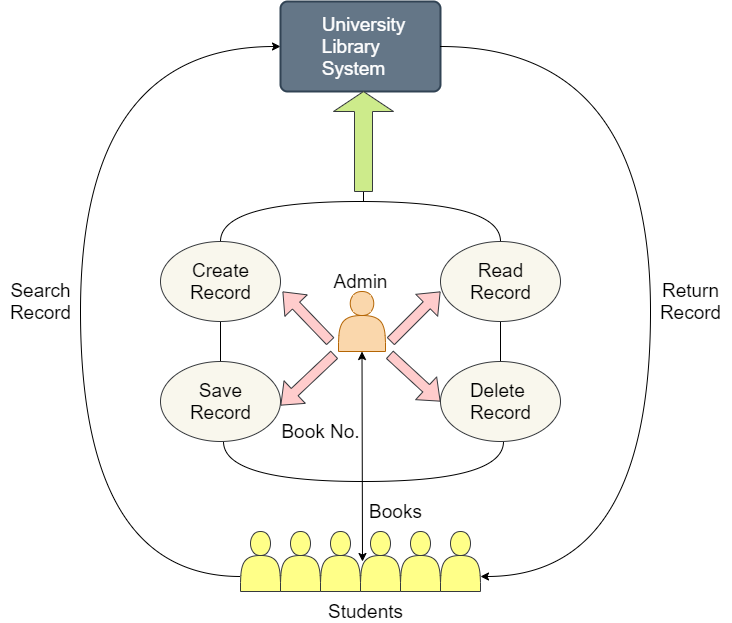
Before: 5_Images/system.png, a diagram exported from draw.io (DhyeyaPatel/Mini_Project). Source tidied: cells renumbered, new cells last; positions are measured from the earlier drawing's top-left corner, leaving out a move shared by most shapes.
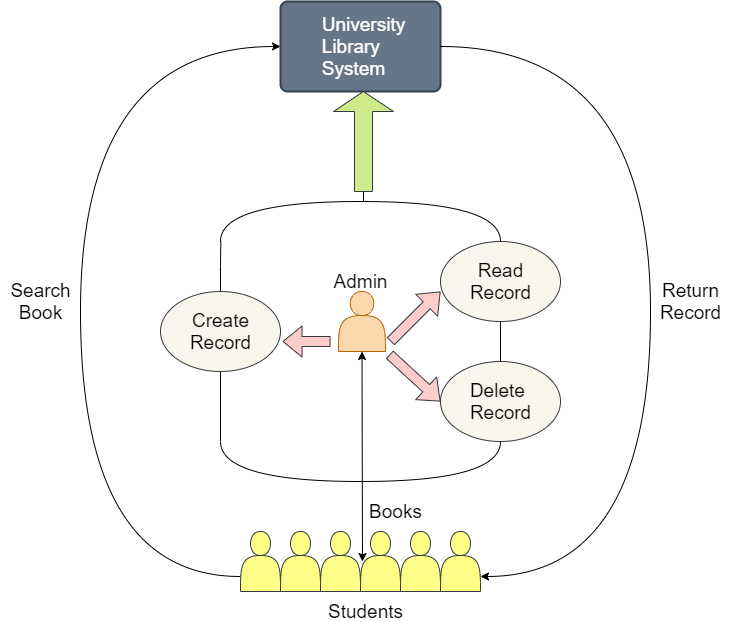
Later version of the same file.

Change to the diagram source:
```diff
@@ -28,19 +28,27 @@
     <mxCell id="7" style="shape=singleArrow;direction=north;whiteSpace=wrap;html=1;strokeColor=#36393d;fontSize=16;fillColor=#cdeb8b;" parent="1" vertex="1">
       <mxGeometry x="333" y="90" width="60" height="100" as="geometry" />
     </mxCell>
-    <mxCell id="8" style="edgeStyle=orthogonalEdgeStyle;curved=1;rounded=0;jettySize=auto;html=1;exitX=0.5;exitY=0;exitDx=0;exitDy=0;entryX=0.5;entryY=0;entryDx=0;entryDy=0;fontSize=16;endArrow=none;endFill=0;" parent="1" edge="1" source="10" target="12">
+    <mxCell id="8" style="edgeStyle=orthogonalEdgeStyle;curved=1;rounded=0;jettySize=auto;html=1;entryX=0.5;entryY=0;entryDx=0;entryDy=0;fontSize=16;endArrow=none;endFill=0;" parent="1" edge="1" target="12">
       <mxGeometry relative="1" as="geometry">
+        <mxPoint x="220" y="240" as="sourcePoint" />
         <Array as="points">
           <mxPoint x="220" y="200" />
           <mxPoint x="500" y="200" />
         </Array>
       </mxGeometry>
     </mxCell>
-    <mxCell id="9" style="edgeStyle=orthogonalEdgeStyle;curved=1;rounded=0;jettySize=auto;html=1;exitX=0.5;exitY=1;exitDx=0;exitDy=0;entryX=0.5;entryY=0;entryDx=0;entryDy=0;endArrow=none;endFill=0;fontSize=16;" parent="1" edge="1" source="10" target="17">
-      <mxGeometry relative="1" as="geometry" />
+    <mxCell id="9" style="edgeStyle=orthogonalEdgeStyle;curved=1;rounded=0;jettySize=auto;html=1;exitX=0.5;exitY=1;exitDx=0;exitDy=0;endArrow=none;endFill=0;fontSize=16;" parent="1" edge="1" source="10">
+      <mxGeometry relative="1" as="geometry">
+        <mxPoint x="220" y="440" as="targetPoint" />
+      </mxGeometry>
     </mxCell>
+    <mxCell id="38" style="edgeStyle=orthogonalEdgeStyle;rounded=0;jettySize=auto;html=1;exitX=0.5;exitY=0;exitDx=0;exitDy=0;endArrow=none;endFill=0;" parent="1" edge="1" source="10">
+      <mxGeometry relative="1" as="geometry">
+        <mxPoint x="220.3" y="240" as="targetPoint" />
+      </mxGeometry>
+    </mxCell>
     <mxCell id="10" style="ellipse;whiteSpace=wrap;html=1;strokeColor=#36393d;fontSize=16;fillColor=#f9f7ed;" parent="1" vertex="1">
-      <mxGeometry x="160" y="240" width="120" height="80" as="geometry" />
+      <mxGeometry x="160" y="290" width="120" height="80" as="geometry" />
     </mxCell>
     <mxCell id="11" style="edgeStyle=orthogonalEdgeStyle;curved=1;rounded=0;jettySize=auto;html=1;exitX=0.5;exitY=1;exitDx=0;exitDy=0;entryX=0.5;entryY=0;entryDx=0;entryDy=0;endArrow=none;endFill=0;fontSize=16;" parent="1" edge="1" source="12" target="13">
       <mxGeometry relative="1" as="geometry" />
@@ -58,21 +66,15 @@
       <mxGeometry x="460" y="380" width="80" height="40" as="geometry" />
     </mxCell>
     <mxCell id="16" value="&lt;div style=&quot;font-size: 19px&quot;&gt;Create&lt;/div&gt;&lt;div style=&quot;font-size: 19px&quot;&gt;Record&lt;/div&gt;" style="text;html=1;align=center;verticalAlign=middle;fillColor=none;strokeColor=none;rounded=0;fontSize=16;" parent="1" vertex="1">
-      <mxGeometry x="180" y="260" width="80" height="40" as="geometry" />
+      <mxGeometry x="180" y="310" width="80" height="40" as="geometry" />
     </mxCell>
-    <mxCell id="17" style="ellipse;whiteSpace=wrap;html=1;strokeColor=#36393d;fontSize=16;fillColor=#f9f7ed;" parent="1" vertex="1">
-      <mxGeometry x="160" y="360" width="120" height="80" as="geometry" />
-    </mxCell>
-    <mxCell id="18" value="&lt;div style=&quot;font-size: 19px&quot;&gt;Save&lt;/div&gt;&lt;div style=&quot;font-size: 19px&quot;&gt;Record&lt;/div&gt;" style="text;html=1;align=center;verticalAlign=middle;fillColor=none;strokeColor=none;rounded=0;fontSize=16;" parent="1" vertex="1">
-      <mxGeometry x="180" y="380" width="80" height="40" as="geometry" />
-    </mxCell>
     <mxCell id="19" style="edgeStyle=orthogonalEdgeStyle;curved=1;rounded=0;orthogonalLoop=1;jettySize=auto;html=1;exitX=0.5;exitY=0;exitDx=0;exitDy=0;entryX=0.5;entryY=0;entryDx=0;entryDy=0;fontSize=16;endArrow=none;endFill=0;" parent="1" edge="1">
       <mxGeometry relative="1" as="geometry">
-        <mxPoint x="223" y="440" as="sourcePoint" />
-        <mxPoint x="503" y="440" as="targetPoint" />
+        <mxPoint x="220" y="440" as="sourcePoint" />
+        <mxPoint x="500" y="440" as="targetPoint" />
         <Array as="points">
-          <mxPoint x="223" y="480" />
-          <mxPoint x="503" y="480" />
+          <mxPoint x="220" y="480" />
+          <mxPoint x="500" y="480" />
         </Array>
       </mxGeometry>
     </mxCell>
@@ -90,11 +92,6 @@
         <mxPoint x="330" y="340" as="sourcePoint" />
       </mxGeometry>
     </mxCell>
-    <mxCell id="23" style="shape=flexArrow;endArrow=classic;html=1;fontSize=16;exitX=-0.085;exitY=1.05;exitDx=0;exitDy=0;exitPerimeter=0;fillColor=#ffcccc;strokeColor=#36393d;" parent="1" edge="1" source="5">
-      <mxGeometry relative="1" as="geometry">
-        <mxPoint x="280" y="404" as="targetPoint" />
-      </mxGeometry>
-    </mxCell>
     <mxCell id="24" style="endArrow=classic;html=1;fontSize=16;exitX=0.5;exitY=1;exitDx=0;exitDy=0;startArrow=classic;startFill=1;" parent="1" edge="1" source="5">
       <mxGeometry relative="1" as="geometry">
         <mxPoint x="362" y="560" as="targetPoint" />
@@ -132,7 +129,7 @@
         </Array>
       </mxGeometry>
     </mxCell>
-    <mxCell id="34" value="&lt;div style=&quot;font-size: 19px&quot;&gt;Search&lt;/div&gt;&lt;div style=&quot;font-size: 19px&quot;&gt;Record&lt;/div&gt;" style="text;html=1;align=center;verticalAlign=middle;fillColor=none;strokeColor=none;rounded=0;fontSize=16;" parent="1" vertex="1">
+    <mxCell id="34" value="&lt;div style=&quot;font-size: 19px&quot;&gt;Search&lt;/div&gt;&lt;div style=&quot;font-size: 19px&quot;&gt;Book&lt;/div&gt;" style="text;html=1;align=center;verticalAlign=middle;fillColor=none;strokeColor=none;rounded=0;fontSize=16;" parent="1" vertex="1">
       <mxGeometry y="280" width="80" height="40" as="geometry" />
     </mxCell>
     <mxCell id="35" value="&lt;div style=&quot;font-size: 19px&quot;&gt;Return&lt;/div&gt;&lt;div style=&quot;font-size: 19px&quot;&gt;Record&lt;/div&gt;" style="text;html=1;align=center;verticalAlign=middle;fillColor=none;strokeColor=none;rounded=0;fontSize=16;" parent="1" vertex="1">
@@ -141,8 +138,5 @@
     <mxCell id="36" value="&lt;div style=&quot;font-size: 19px&quot;&gt;Books&lt;/div&gt;" style="text;html=1;align=center;verticalAlign=middle;fillColor=none;strokeColor=none;rounded=0;fontSize=16;" parent="1" vertex="1">
       <mxGeometry x="360" y="500" width="70" height="20" as="geometry" />
     </mxCell>
-    <mxCell id="37" value="&lt;div style=&quot;font-size: 19px&quot;&gt;Book No.&lt;/div&gt;" style="text;html=1;align=center;verticalAlign=middle;fillColor=none;strokeColor=none;rounded=0;fontSize=16;" parent="1" vertex="1">
-      <mxGeometry x="275" y="420" width="90" height="20" as="geometry" />
-    </mxCell>
   </root>
 </mxGraphModel>
```
